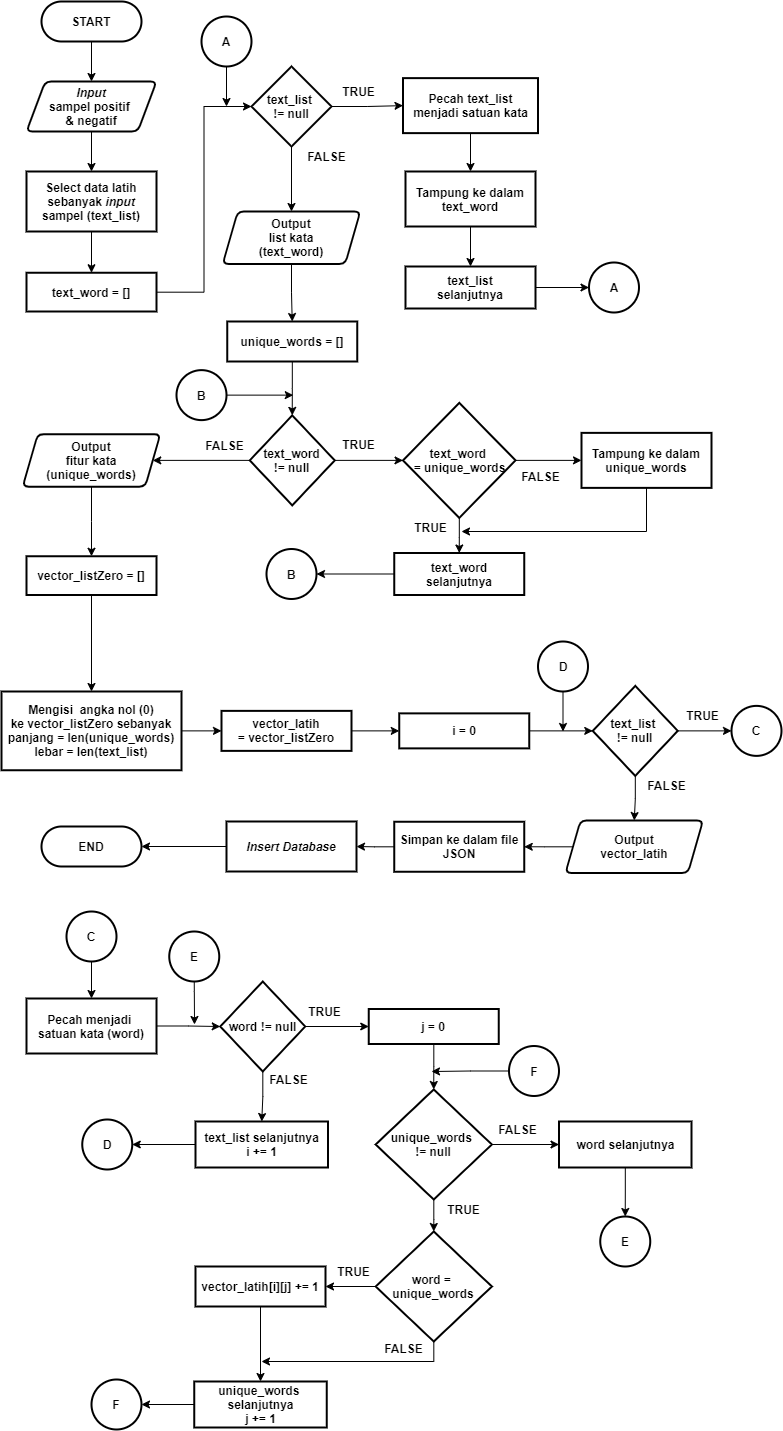
Earlier version of the draw.io export Dokumen TA/Paper/Flowchart/P11. Flowchart proses modeling.png (muspriandi/TextMining-SentimentAnalysis). Source tidied: cells renumbered, new cells last; positions are measured from the earlier drawing's top-left corner, leaving out a move shared by most shapes.
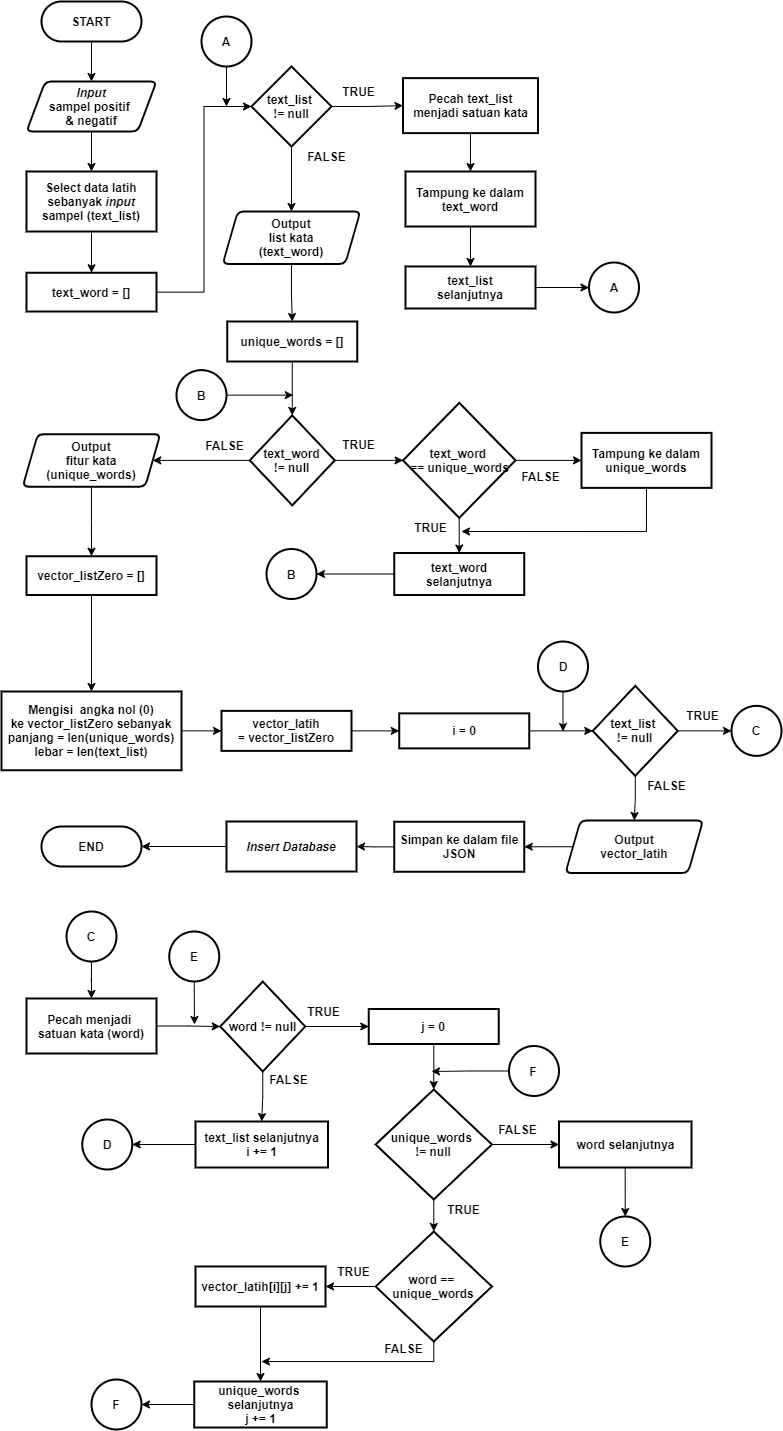
The same diagram one commit later.

Change to the diagram source:
```diff
@@ -52,7 +52,7 @@
     <mxCell id="16" style="edgeStyle=orthogonalEdgeStyle;rounded=0;jettySize=auto;html=1;entryX=0;entryY=0.5;entryDx=0;entryDy=0;" parent="1" edge="1" source="17" target="14">
       <mxGeometry relative="1" as="geometry" />
     </mxCell>
-    <mxCell id="17" value="text_word &lt;br&gt;= unique_words" style="strokeWidth=2;html=1;shape=mxgraph.flowchart.decision;whiteSpace=wrap;fontStyle=1;" parent="1" vertex="1">
+    <mxCell id="17" value="text_word &lt;br&gt;== unique_words" style="strokeWidth=2;html=1;shape=mxgraph.flowchart.decision;whiteSpace=wrap;fontStyle=1;" parent="1" vertex="1">
       <mxGeometry x="401.5" y="401.4" width="112.5" height="115" as="geometry" />
     </mxCell>
     <mxCell id="18" style="edgeStyle=orthogonalEdgeStyle;rounded=0;jettySize=auto;html=1;entryX=0.5;entryY=0;entryDx=0;entryDy=0;entryPerimeter=0;" parent="1" edge="1" source="19" target="12">
@@ -209,7 +209,7 @@
         </Array>
       </mxGeometry>
     </mxCell>
-    <mxCell id="66" value="word =&amp;nbsp;&lt;br&gt;&lt;b&gt;unique_words&lt;/b&gt;" style="strokeWidth=2;html=1;shape=mxgraph.flowchart.decision;whiteSpace=wrap;fontStyle=1;" parent="1" vertex="1">
+    <mxCell id="66" value="word ==&amp;nbsp;&lt;br&gt;&lt;b&gt;unique_words&lt;/b&gt;" style="strokeWidth=2;html=1;shape=mxgraph.flowchart.decision;whiteSpace=wrap;fontStyle=1;" parent="1" vertex="1">
       <mxGeometry x="374.1" y="1230" width="116.2" height="110" as="geometry" />
     </mxCell>
     <mxCell id="67" style="edgeStyle=orthogonalEdgeStyle;rounded=0;jettySize=auto;html=1;entryX=0.5;entryY=0;entryDx=0;entryDy=0;" parent="1" edge="1" source="68" target="101">
```
